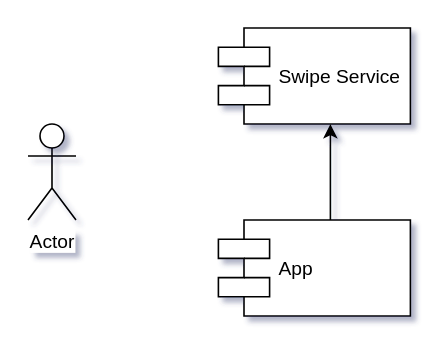
Above: SwipeD/Android/Module-Level.drawio in RoscaS/diagrams (draw.io), before the change. Source tidied: cells renumbered, new cells numbered last; positions are measured from the earlier drawing's top-left corner, leaving out a move shared by most shapes. Both pictures are drawn from the tidied source at 160%, with x=0, y=0 at pixel (27, 27).
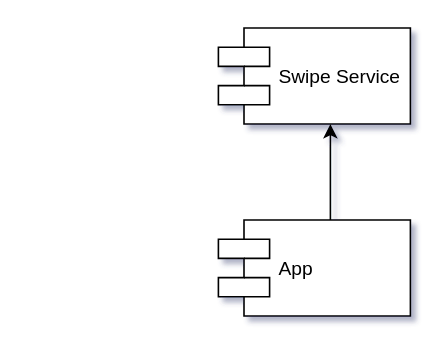
The same diagram, later.

Change to the diagram source:
```diff
@@
 <mxGraphModel shadow="1">
   <root>
     <mxCell id="0" />
     <mxCell id="1" parent="0" />
     <mxCell id="2" value="Swipe Service" style="shape=component;align=left;spacingLeft=36;" parent="1" vertex="1">
       <mxGeometry x="119" width="120" height="60" as="geometry" />
     </mxCell>
     <mxCell id="3" style="edgeStyle=orthogonalEdgeStyle;rounded=0;jettySize=auto;html=1;" parent="1" edge="1" source="4" target="2">
       <mxGeometry relative="1" as="geometry">
         <Array as="points">
           <mxPoint x="189" y="100" />
           <mxPoint x="189" y="100" />
         </Array>
       </mxGeometry>
     </mxCell>
     <mxCell id="4" value="App" style="shape=component;align=left;spacingLeft=36;" parent="1" vertex="1">
       <mxGeometry x="119" y="120" width="120" height="60" as="geometry" />
     </mxCell>
-    <mxCell id="5" value="Actor" style="shape=umlActor;verticalLabelPosition=bottom;labelBackgroundColor=#ffffff;verticalAlign=top;html=1;" parent="1" vertex="1">
-      <mxGeometry y="60" width="30" height="60" as="geometry" />
-    </mxCell>
   </root>
 </mxGraphModel>
```
